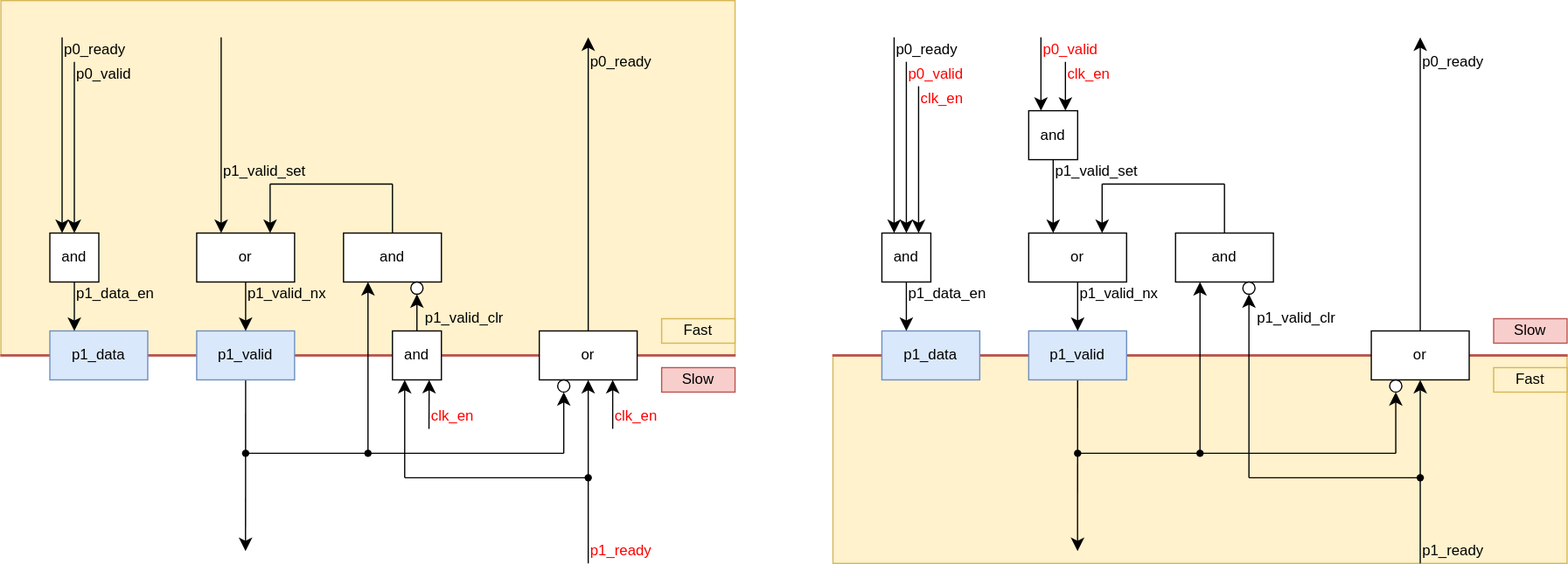
Before: de/design_spec/include/fctrl.svg, a diagram exported from draw.io (jnjnliwenjie0022/obs). Source tidied: cells renumbered, new cells last; positions are measured from the earlier drawing's top-left corner, leaving out a move shared by most shapes.
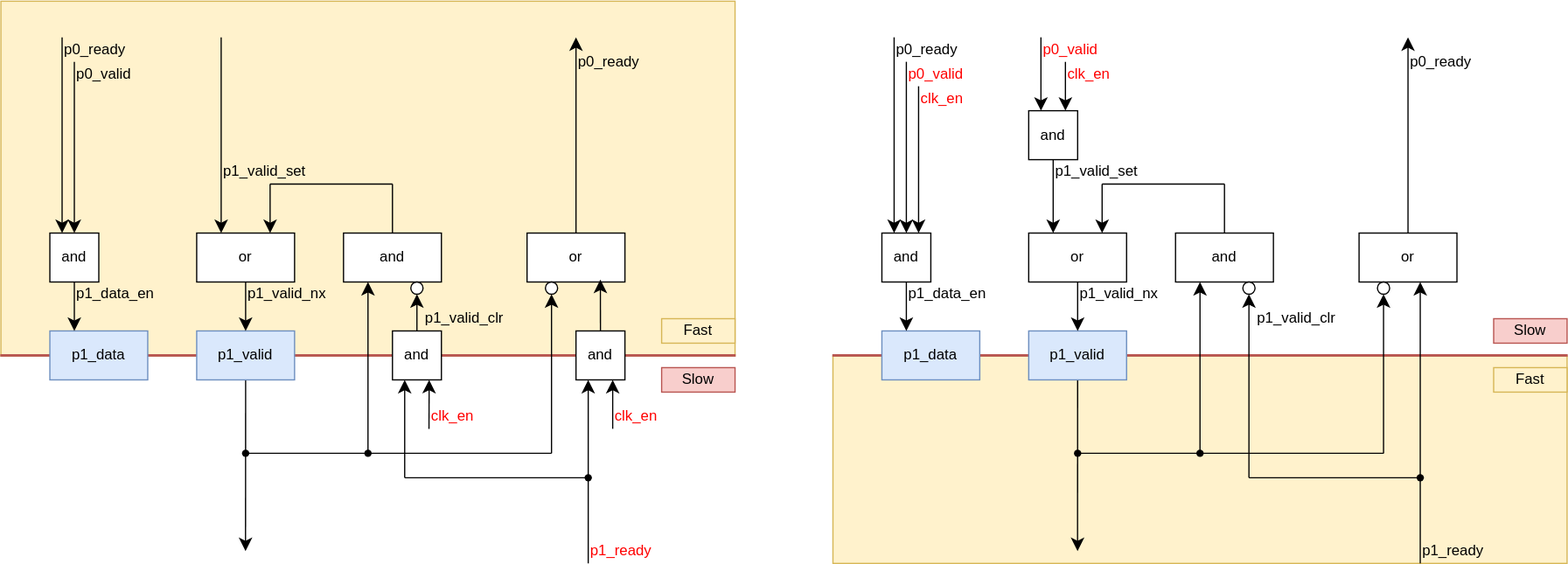
Later version of the same file.

Commit message:
vault backup: 2025-10-08 11:38:09

What changed in the source:
```diff
@@ -6,7 +6,7 @@
       <mxGeometry x="680" y="290.5" width="600" height="169.5" as="geometry" />
     </mxCell>
     <mxCell id="3" style="rounded=0;whiteSpace=wrap;html=1;align=center;fillColor=#fff2cc;strokeColor=#d6b656;" parent="1" vertex="1">
-      <mxGeometry width="600" height="290" as="geometry" />
+      <mxGeometry y="0.5" width="600" height="290" as="geometry" />
     </mxCell>
     <mxCell id="4" style="rounded=0;whiteSpace=wrap;html=1;fillColor=#f8cecc;strokeColor=#b85450;" parent="1" vertex="1">
       <mxGeometry y="289.5" width="600" height="1" as="geometry" />
@@ -33,30 +33,30 @@
     <mxCell id="10" value="p1_valid_clr" style="rounded=0;whiteSpace=wrap;html=1;dashed=1;fillColor=none;strokeColor=none;align=left;" parent="1" vertex="1">
       <mxGeometry x="345" y="250" width="80" height="20" as="geometry" />
     </mxCell>
-    <mxCell id="11" style="edgeStyle=none;curved=1;rounded=0;jettySize=auto;html=1;fontSize=12;startSize=8;endSize=8;entryX=0.5;entryY=1;entryDx=0;entryDy=0;" parent="1" edge="1" target="14">
+    <mxCell id="11" style="edgeStyle=none;curved=1;rounded=0;jettySize=auto;html=1;fontSize=12;startSize=8;endSize=8;entryX=0.25;entryY=1;entryDx=0;entryDy=0;" parent="1" edge="1" target="94">
       <mxGeometry relative="1" as="geometry">
         <mxPoint x="480" y="460" as="sourcePoint" />
       </mxGeometry>
     </mxCell>
     <mxCell id="12" style="edgeStyle=none;curved=1;rounded=0;jettySize=auto;html=1;exitX=0.5;exitY=0;exitDx=0;exitDy=0;fontSize=12;startSize=8;endSize=8;" parent="1" edge="1" source="14">
       <mxGeometry relative="1" as="geometry">
-        <mxPoint x="480" y="30" as="targetPoint" />
+        <mxPoint x="470" y="30" as="targetPoint" />
       </mxGeometry>
     </mxCell>
-    <mxCell id="13" style="edgeStyle=none;curved=1;rounded=0;jettySize=auto;html=1;fontSize=12;startSize=8;endSize=8;entryX=0.75;entryY=1;entryDx=0;entryDy=0;" parent="1" edge="1" target="14">
+    <mxCell id="13" style="edgeStyle=none;curved=1;rounded=0;jettySize=auto;html=1;fontSize=12;startSize=8;endSize=8;entryX=0.75;entryY=1;entryDx=0;entryDy=0;" parent="1" edge="1" target="94">
       <mxGeometry relative="1" as="geometry">
         <mxPoint x="500" y="350" as="sourcePoint" />
       </mxGeometry>
     </mxCell>
     <mxCell id="14" value="or" style="rounded=0;whiteSpace=wrap;html=1;" parent="1" vertex="1">
-      <mxGeometry x="440" y="270" width="80" height="40" as="geometry" />
+      <mxGeometry x="430" y="190" width="80" height="40" as="geometry" />
     </mxCell>
     <mxCell id="15" style="ellipse;html=1;verticalLabelPosition=bottom;labelBackgroundColor=#ffffff;verticalAlign=top;fillColor=#ffffff;shadow=0;glass=0;" parent="1" vertex="1">
-      <mxGeometry x="455" y="310" width="10" height="10" as="geometry" />
+      <mxGeometry x="445" y="230" width="10" height="10" as="geometry" />
     </mxCell>
     <mxCell id="16" style="edgeStyle=none;curved=1;rounded=0;jettySize=auto;html=1;fontSize=12;startSize=8;endSize=8;endArrow=none;endFill=0;" parent="1" edge="1" source="17">
       <mxGeometry relative="1" as="geometry">
-        <mxPoint x="460" y="370" as="targetPoint" />
+        <mxPoint x="450" y="370" as="targetPoint" />
       </mxGeometry>
     </mxCell>
     <mxCell id="17" style="shape=waypoint;sketch=0;size=6;points=[];fillColor=none;perimeter=centerPerimeter;snapToPoint=1;fontSize=16;" parent="1" vertex="1">
@@ -67,7 +67,7 @@
     </mxCell>
     <mxCell id="19" style="edgeStyle=none;curved=1;rounded=0;jettySize=auto;html=1;fontSize=12;startSize=8;endSize=8;entryX=0.5;entryY=1;entryDx=0;entryDy=0;" parent="1" edge="1" target="15">
       <mxGeometry relative="1" as="geometry">
-        <mxPoint x="460" y="370" as="sourcePoint" />
+        <mxPoint x="450" y="370" as="sourcePoint" />
       </mxGeometry>
     </mxCell>
     <mxCell id="20" style="edgeStyle=none;curved=1;rounded=0;jettySize=auto;html=1;entryX=0.25;entryY=1;entryDx=0;entryDy=0;fontSize=12;startSize=8;endSize=8;" parent="1" edge="1" target="39">
@@ -157,7 +157,7 @@
       <mxGeometry x="350" y="330" width="40" height="20" as="geometry" />
     </mxCell>
     <mxCell id="42" value="p0_ready" style="rounded=0;whiteSpace=wrap;html=1;dashed=1;fillColor=none;strokeColor=none;align=left;" parent="1" vertex="1">
-      <mxGeometry x="480" y="40" width="80" height="20" as="geometry" />
+      <mxGeometry x="470" y="40" width="80" height="20" as="geometry" />
     </mxCell>
     <mxCell id="43" value="p1_valid_set" style="rounded=0;whiteSpace=wrap;html=1;dashed=1;fillColor=none;strokeColor=none;align=left;" parent="1" vertex="1">
       <mxGeometry x="180" y="130" width="80" height="20" as="geometry" />
@@ -199,25 +199,26 @@
     <mxCell id="54" value="p1_valid_clr" style="rounded=0;whiteSpace=wrap;html=1;dashed=1;fillColor=none;strokeColor=none;align=left;" parent="1" vertex="1">
       <mxGeometry x="1025" y="250" width="80" height="20" as="geometry" />
     </mxCell>
-    <mxCell id="55" style="edgeStyle=none;curved=1;rounded=0;jettySize=auto;html=1;fontSize=12;startSize=8;endSize=8;entryX=0.5;entryY=1;entryDx=0;entryDy=0;" parent="1" edge="1" target="57">
+    <mxCell id="55" style="edgeStyle=none;curved=1;rounded=0;orthogonalLoop=1;jettySize=auto;html=1;fontSize=12;startSize=8;endSize=8;" parent="1" edge="1">
       <mxGeometry relative="1" as="geometry">
         <mxPoint x="1160" y="460" as="sourcePoint" />
+        <mxPoint x="1160" y="230" as="targetPoint" />
       </mxGeometry>
     </mxCell>
     <mxCell id="56" style="edgeStyle=none;curved=1;rounded=0;jettySize=auto;html=1;exitX=0.5;exitY=0;exitDx=0;exitDy=0;fontSize=12;startSize=8;endSize=8;" parent="1" edge="1" source="57">
       <mxGeometry relative="1" as="geometry">
-        <mxPoint x="1160" y="30" as="targetPoint" />
+        <mxPoint x="1150" y="30" as="targetPoint" />
       </mxGeometry>
     </mxCell>
     <mxCell id="57" value="or" style="rounded=0;whiteSpace=wrap;html=1;" parent="1" vertex="1">
-      <mxGeometry x="1120" y="270" width="80" height="40" as="geometry" />
+      <mxGeometry x="1110" y="190" width="80" height="40" as="geometry" />
     </mxCell>
     <mxCell id="58" style="ellipse;html=1;verticalLabelPosition=bottom;labelBackgroundColor=#ffffff;verticalAlign=top;fillColor=#ffffff;shadow=0;glass=0;" parent="1" vertex="1">
-      <mxGeometry x="1135" y="310" width="10" height="10" as="geometry" />
+      <mxGeometry x="1125" y="230" width="10" height="10" as="geometry" />
     </mxCell>
     <mxCell id="59" style="edgeStyle=none;curved=1;rounded=0;jettySize=auto;html=1;fontSize=12;startSize=8;endSize=8;endArrow=none;endFill=0;" parent="1" edge="1" source="60">
       <mxGeometry relative="1" as="geometry">
-        <mxPoint x="1140" y="370" as="targetPoint" />
+        <mxPoint x="1130" y="370" as="targetPoint" />
       </mxGeometry>
     </mxCell>
     <mxCell id="60" style="shape=waypoint;sketch=0;size=6;points=[];fillColor=none;perimeter=centerPerimeter;snapToPoint=1;fontSize=16;" parent="1" vertex="1">
@@ -228,7 +229,7 @@
     </mxCell>
     <mxCell id="62" style="edgeStyle=none;curved=1;rounded=0;jettySize=auto;html=1;fontSize=12;startSize=8;endSize=8;entryX=0.5;entryY=1;entryDx=0;entryDy=0;" parent="1" edge="1" target="58">
       <mxGeometry relative="1" as="geometry">
-        <mxPoint x="1140" y="370" as="sourcePoint" />
+        <mxPoint x="1130" y="370" as="sourcePoint" />
       </mxGeometry>
     </mxCell>
     <mxCell id="63" style="edgeStyle=none;curved=1;rounded=0;jettySize=auto;html=1;fontSize=12;startSize=8;endSize=8;endArrow=none;endFill=0;" parent="1" edge="1" target="64">
@@ -283,7 +284,7 @@
       <mxGeometry x="1015" y="230" width="10" height="10" as="geometry" />
     </mxCell>
     <mxCell id="76" value="p0_ready" style="rounded=0;whiteSpace=wrap;html=1;dashed=1;fillColor=none;strokeColor=none;align=left;" parent="1" vertex="1">
-      <mxGeometry x="1160" y="40" width="80" height="20" as="geometry" />
+      <mxGeometry x="1150" y="40" width="80" height="20" as="geometry" />
     </mxCell>
     <mxCell id="77" value="p1_valid_set" style="rounded=0;whiteSpace=wrap;html=1;dashed=1;fillColor=none;strokeColor=none;align=left;" parent="1" vertex="1">
       <mxGeometry x="860" y="130" width="80" height="20" as="geometry" />
@@ -345,5 +346,11 @@
     <mxCell id="92" value="&lt;font color=&quot;#ff0000&quot;&gt;clk_en&lt;/font&gt;" style="rounded=0;whiteSpace=wrap;html=1;dashed=1;fillColor=none;strokeColor=none;align=left;" parent="1" vertex="1">
       <mxGeometry x="750" y="70" width="40" height="20" as="geometry" />
     </mxCell>
+    <mxCell id="93" style="edgeStyle=none;curved=1;rounded=0;jettySize=auto;html=1;exitX=0.5;exitY=0;exitDx=0;exitDy=0;fontSize=12;startSize=8;endSize=8;entryX=0.749;entryY=0.951;entryDx=0;entryDy=0;entryPerimeter=0;" parent="1" edge="1" source="94" target="14">
+      <mxGeometry relative="1" as="geometry" />
+    </mxCell>
+    <mxCell id="94" value="and" style="rounded=0;whiteSpace=wrap;html=1;" parent="1" vertex="1">
+      <mxGeometry x="470" y="270" width="40" height="40" as="geometry" />
+    </mxCell>
   </root>
 </mxGraphModel>
```
